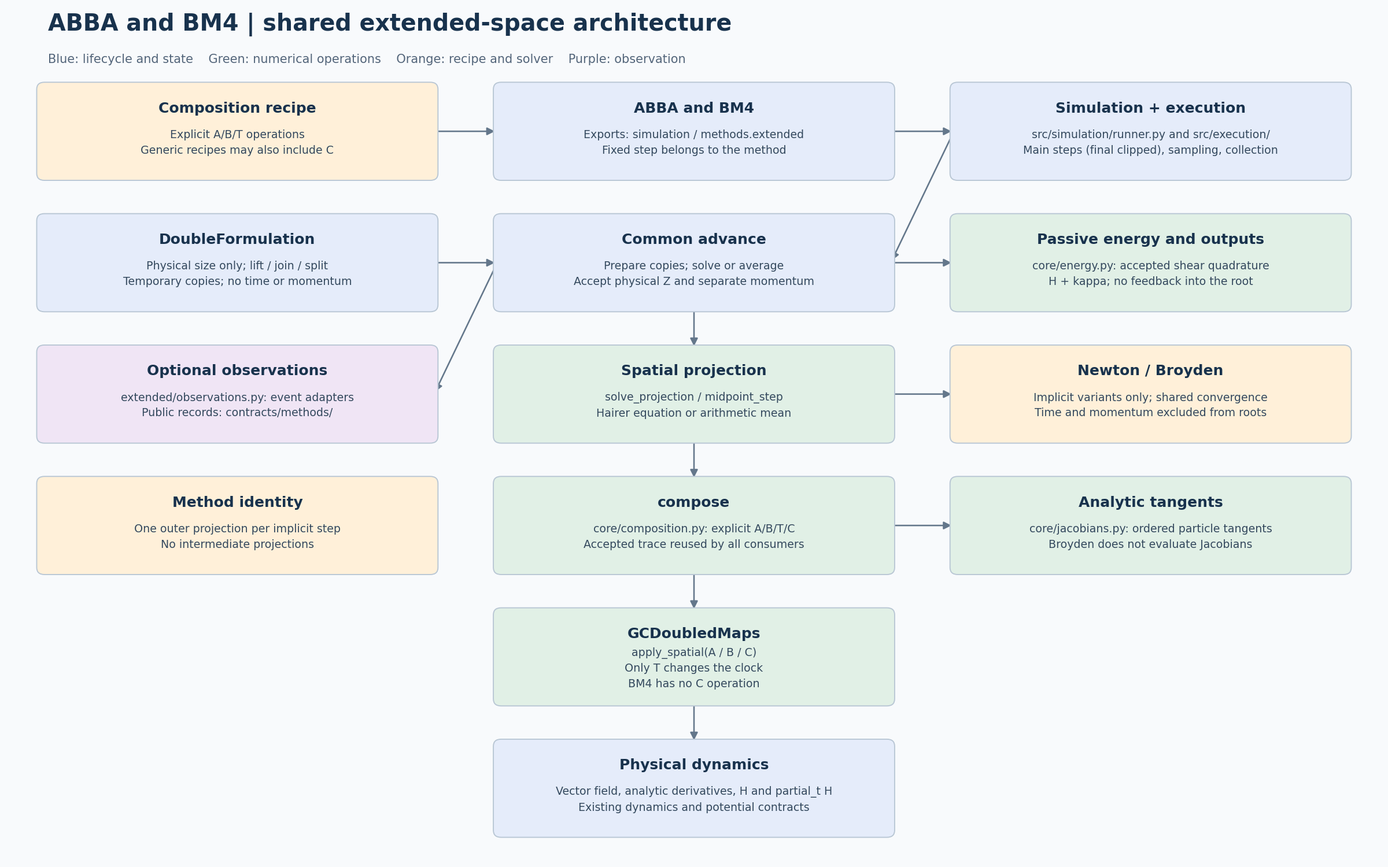
Earlier version of the PlantUML export docs/models/extended/simulation/extended-simulation-architecture.png (Jugibe-52/GC2D_intranet). Its source is kept beside it as docs/models/extended/simulation/extended-simulation-architecture.puml.
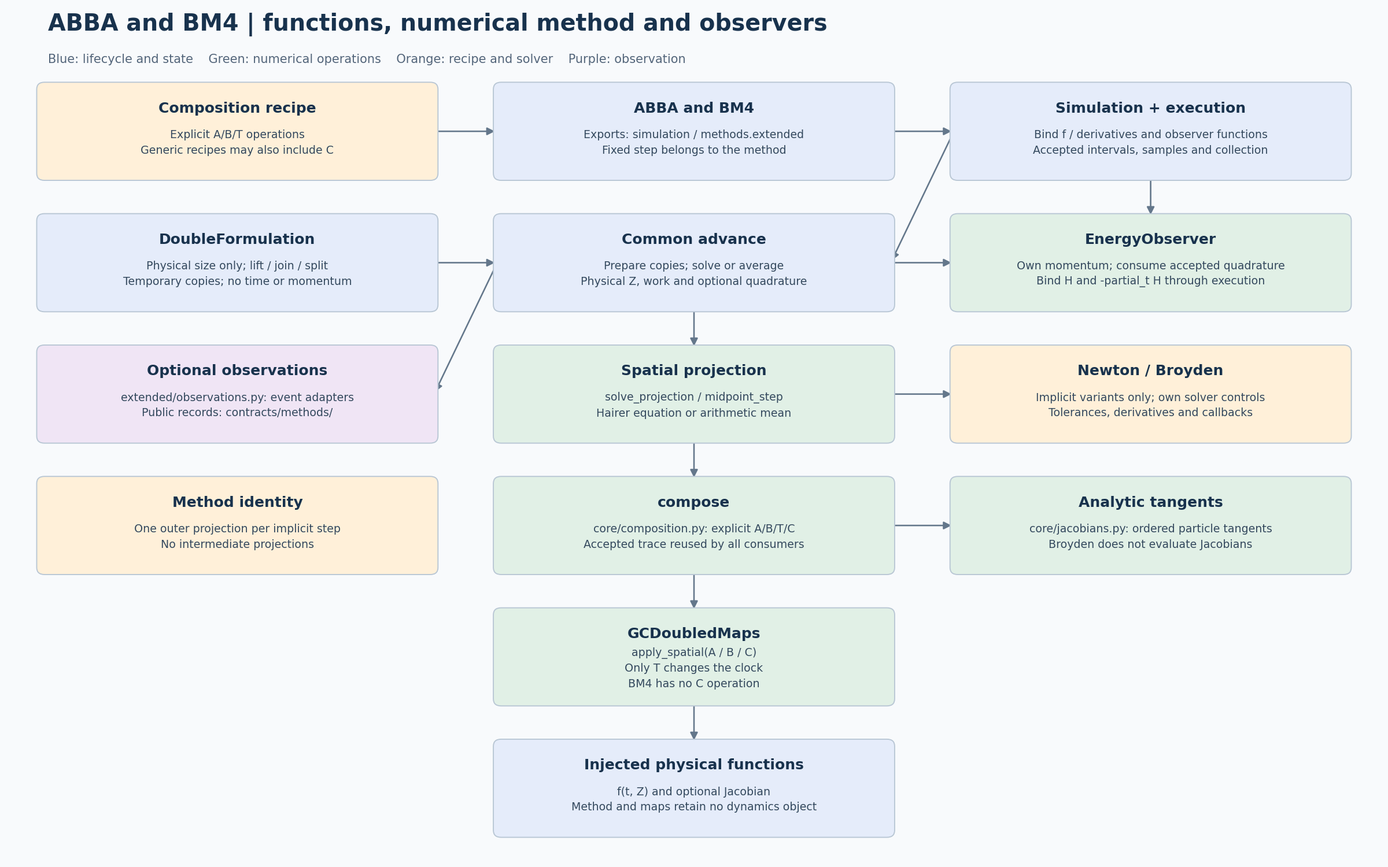
After the change.

Diff of the diagram source:
```diff
@@ -4,23 +4,24 @@
   node [shape=box, style="rounded,filled", fontname="DejaVu Sans"];
   recipe [label="Composition recipe\nExplicit A/B/T operations\nGeneric recipes may also include C", fillcolor="#fff0d9"];
   method [label="ABBA and BM4\nExports: simulation / methods.extended\nFixed step belongs to the method", fillcolor="#e5ecfa"];
-  driver [label="Simulation + execution\nsrc/simulation/runner.py and src/execution/\nMain steps (final clipped), sampling, collection", fillcolor="#e5ecfa"];
+  driver [label="Simulation + execution\nBind f / derivatives and observer functions\nAccepted intervals, samples and collection", fillcolor="#e5ecfa"];
   state [label="DoubleFormulation\nPhysical size only; lift / join / split\nTemporary copies; no time or momentum", fillcolor="#e5ecfa"];
-  advance [label="Common advance\nPrepare copies; solve or average\nAccept physical Z and separate momentum", fillcolor="#e5ecfa"];
-  energy [label="Passive energy and outputs\ncore/energy.py: accepted shear quadrature\nH + kappa; no feedback into the root", fillcolor="#e1f0e6"];
+  advance [label="Common advance\nPrepare copies; solve or average\nPhysical Z, work and optional quadrature", fillcolor="#e5ecfa"];
+  energy [label="EnergyObserver\nOwn momentum; consume accepted quadrature\nBind H and -partial_t H through execution", fillcolor="#e1f0e6"];
   observe [label="Optional observations\nextended/observations.py: event adapters\nPublic records: contracts/methods/", fillcolor="#f0e5f5"];
   projection [label="Spatial projection\nsolve_projection / midpoint_step\nHairer equation or arithmetic mean", fillcolor="#e1f0e6"];
-  solver [label="Newton / Broyden\nImplicit variants only; shared convergence\nTime and momentum excluded from roots", fillcolor="#fff0d9"];
+  solver [label="Newton / Broyden\nImplicit variants only; own solver controls\nTolerances, derivatives and callbacks", fillcolor="#fff0d9"];
   placement [label="Method identity\nOne outer projection per implicit step\nNo intermediate projections", fillcolor="#fff0d9"];
   compose [label="compose\ncore/composition.py: explicit A/B/T/C\nAccepted trace reused by all consumers", fillcolor="#e1f0e6"];
   tangent [label="Analytic tangents\ncore/jacobians.py: ordered particle tangents\nBroyden does not evaluate Jacobians", fillcolor="#e1f0e6"];
   maps [label="GCDoubledMaps\napply_spatial(A / B / C)\nOnly T changes the clock\nBM4 has no C operation", fillcolor="#e1f0e6"];
-  dynamics [label="Physical dynamics\nVector field, analytic derivatives, H and partial_t H\nExisting dynamics and potential contracts", fillcolor="#e5ecfa"];
+  dynamics [label="Injected physical functions\nf(t, Z) and optional Jacobian\nMethod and maps retain no dynamics object", fillcolor="#e5ecfa"];
   recipe -> method;
   method -> driver;
   driver -> advance;
   state -> advance;
   advance -> projection;
+  driver -> energy;
   advance -> energy;
   advance -> observe;
   projection -> compose;
```
